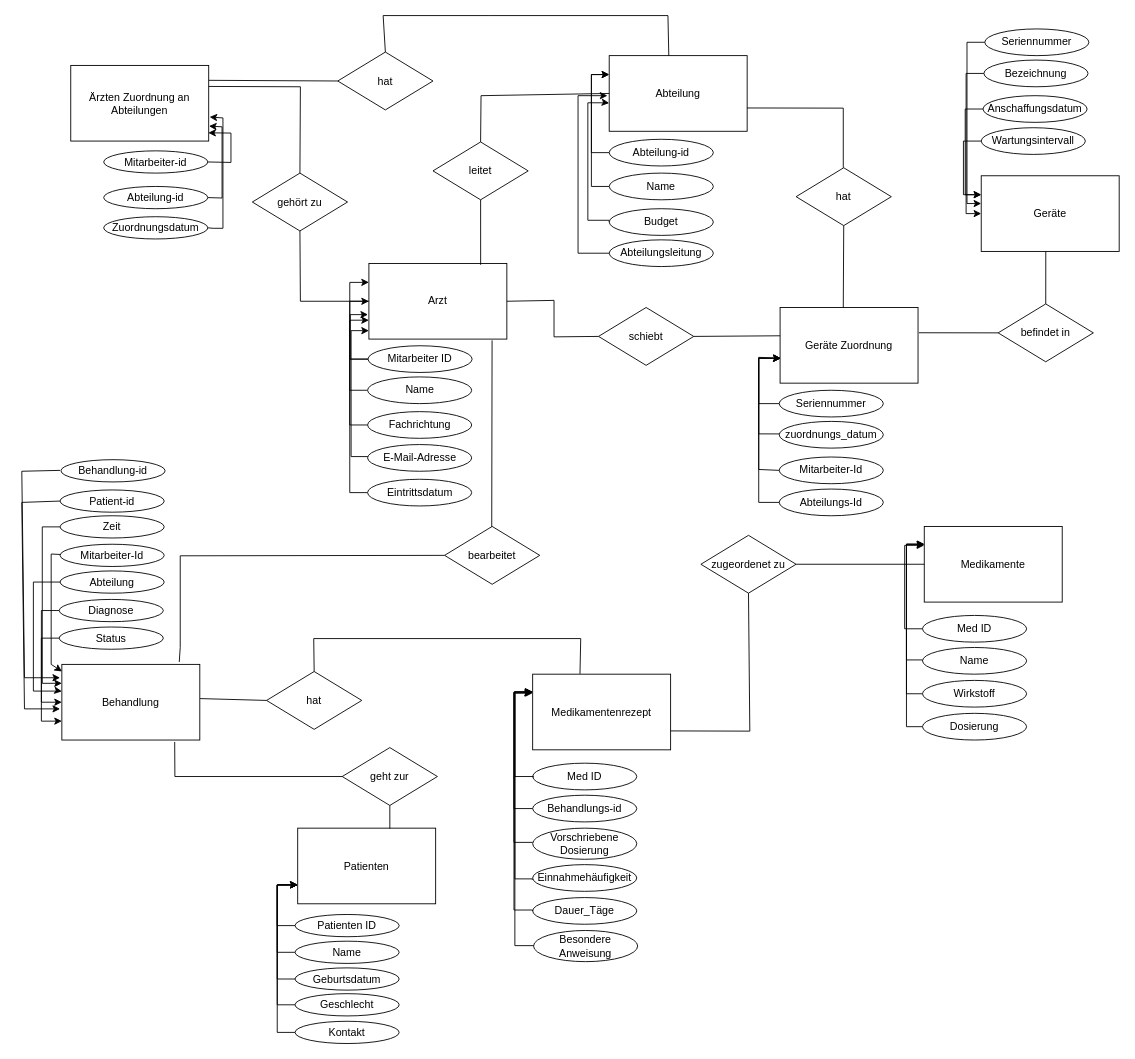
Earlier version of the draw.io diagram aufgabe04/Aufgabe A.drawio (contraintuitiv/datenbanksysteme). Source tidied: cells renumbered, new cells numbered last; positions are measured from the earlier drawing's top-left corner, leaving out a move shared by most shapes. Both pictures are drawn from the tidied source at 89%, with x=0, y=0 at pixel (21, 15).
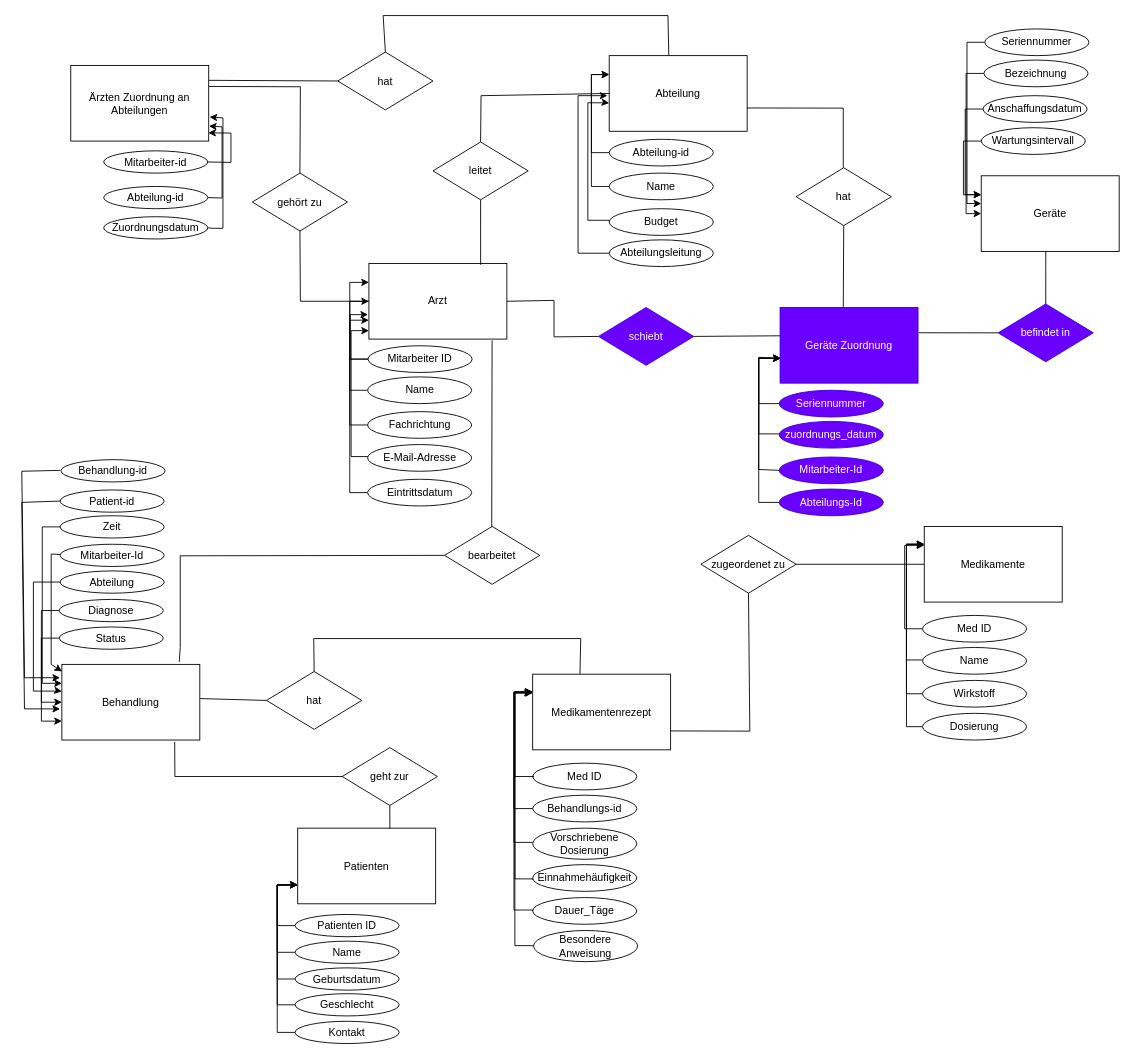
The same diagram, later.

Change to the diagram source:
```diff
@@
-    <mxCell id="98" value="Geräte Zuordnung" style="rounded=0;whiteSpace=wrap;html=1;" parent="1" vertex="1">
+    <mxCell id="98" value="Geräte Zuordnung" style="rounded=0;whiteSpace=wrap;html=1;fillColor=#6a00ff;fontColor=#ffffff;strokeColor=#3700CC;" parent="1" vertex="1">
       <mxGeometry x="852" y="328" width="155" height="85" as="geometry" />
     </mxCell>
@@
-    <mxCell id="102" value="Seriennummer" style="ellipse;whiteSpace=wrap;html=1;" parent="1" vertex="1">
+    <mxCell id="102" value="Seriennummer" style="ellipse;whiteSpace=wrap;html=1;fillColor=#6a00ff;fontColor=#ffffff;strokeColor=#3700CC;" parent="1" vertex="1">
       <mxGeometry x="851" y="421" width="117" height="30" as="geometry" />
     </mxCell>
-    <mxCell id="103" value="zuordnungs_datum" style="ellipse;whiteSpace=wrap;html=1;" parent="1" vertex="1">
+    <mxCell id="103" value="zuordnungs_datum" style="ellipse;whiteSpace=wrap;html=1;fillColor=#6a00ff;fontColor=#ffffff;strokeColor=#3700CC;" parent="1" vertex="1">
       <mxGeometry x="851" y="456" width="117" height="30" as="geometry" />
     </mxCell>
-    <mxCell id="104" value="Mitarbeiter-Id" style="ellipse;whiteSpace=wrap;html=1;" parent="1" vertex="1">
+    <mxCell id="104" value="Mitarbeiter-Id" style="ellipse;whiteSpace=wrap;html=1;fillColor=#6a00ff;fontColor=#ffffff;strokeColor=#3700CC;" parent="1" vertex="1">
       <mxGeometry x="851" y="496" width="117" height="30" as="geometry" />
     </mxCell>
-    <mxCell id="105" value="Abteilungs-Id" style="ellipse;whiteSpace=wrap;html=1;" parent="1" vertex="1">
+    <mxCell id="105" value="Abteilungs-Id" style="ellipse;whiteSpace=wrap;html=1;fillColor=#6a00ff;fontColor=#ffffff;strokeColor=#3700CC;" parent="1" vertex="1">
       <mxGeometry x="851" y="532" width="117" height="30" as="geometry" />
     </mxCell>
@@
-    <mxCell id="115" value="schiebt" style="rhombus;whiteSpace=wrap;html=1;" parent="1" vertex="1">
+    <mxCell id="115" value="schiebt" style="rhombus;whiteSpace=wrap;html=1;fillColor=#6a00ff;fontColor=#ffffff;strokeColor=#3700CC;" parent="1" vertex="1">
       <mxGeometry x="648" y="328" width="107" height="65" as="geometry" />
     </mxCell>
-    <mxCell id="116" value="befindet in" style="rhombus;whiteSpace=wrap;html=1;" parent="1" vertex="1">
+    <mxCell id="116" value="befindet in" style="rhombus;whiteSpace=wrap;html=1;fillColor=#6a00ff;fontColor=#ffffff;strokeColor=#3700CC;" parent="1" vertex="1">
       <mxGeometry x="1097" y="324" width="107" height="65" as="geometry" />
     </mxCell>
```
